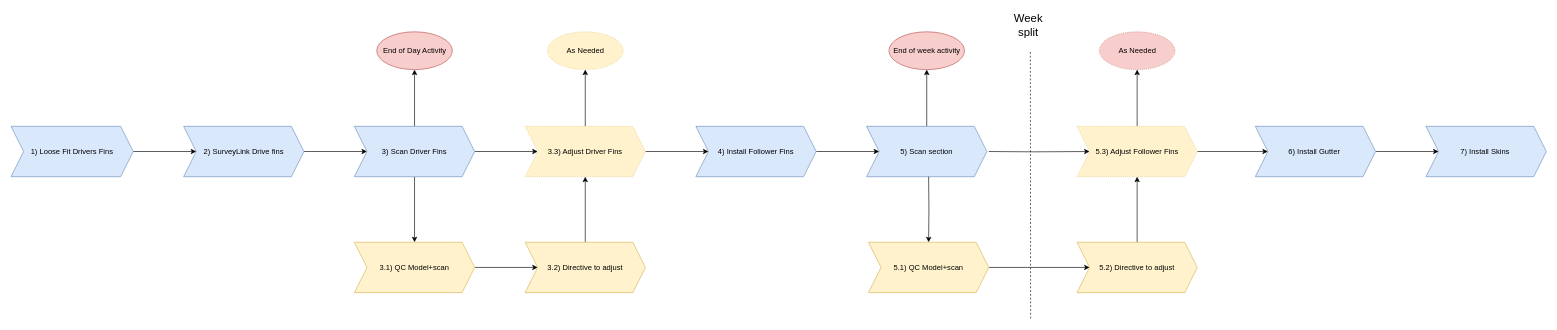
The draw.io diagram Untitled Diagram.drawio in nathan-barnes/project-diagrams, before the edit. Source tidied: cells renumbered, new cells numbered last; positions are measured from the earlier drawing's top-left corner, leaving out a move shared by most shapes. Both pictures are drawn from the tidied source at 63%, with x=0, y=0 at pixel (11, 11).
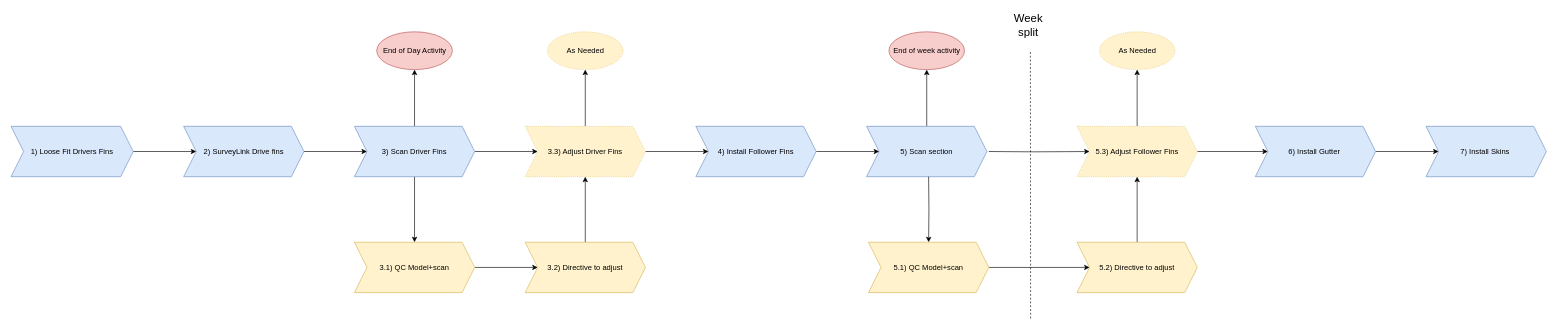
After the change.

Change to the diagram source:
```diff
@@
-    <mxCell id="38" value="As Needed" style="ellipse;whiteSpace=wrap;html=1;rounded=0;dashed=1;dashPattern=1 2;strokeColor=#b85450;fillColor=#f8cecc;" parent="1" vertex="1">
+    <mxCell id="38" value="As Needed" style="ellipse;whiteSpace=wrap;html=1;rounded=0;dashed=1;dashPattern=1 2;strokeColor=#d6b656;fillColor=#fff2cc;" parent="1" vertex="1">
       <mxGeometry x="1727.5" y="33" width="120" height="60" as="geometry" />
     </mxCell>
```
